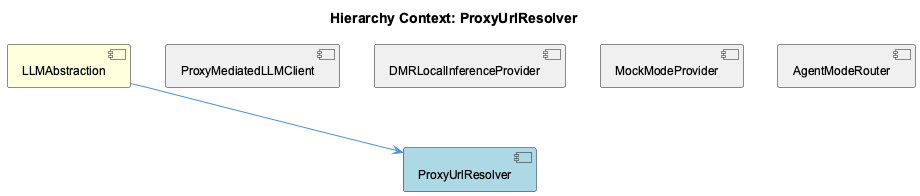
fwornle/coding keeps this PlantUML diagram as knowledge-management/insights/images/proxy-url-resolver-relationship.png. Above is the earlier version.
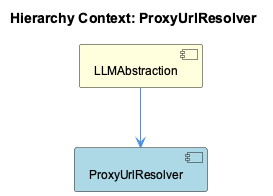
The same diagram one commit later.

The edit, as a diff of the source:
```diff
@@ -5,15 +5,7 @@
 
 [LLMAbstraction] as llmabstraction #FFFFDD
 [ProxyUrlResolver] as proxy_url_resolver #LightBlue
-[ProxyMediatedLLMClient] as proxy_mediated_llmclient #F0F0F0
-[DMRLocalInferenceProvider] as dmrlocal_inference_provider #F0F0F0
-[MockModeProvider] as mock_mode_provider #F0F0F0
-[AgentModeRouter] as agent_mode_router #F0F0F0
 
 llmabstraction --> proxy_url_resolver
-proxy_mediated_llmclient -[hidden]- proxy_url_resolver
-dmrlocal_inference_provider -[hidden]- proxy_url_resolver
-mock_mode_provider -[hidden]- proxy_url_resolver
-agent_mode_router -[hidden]- proxy_url_resolver
 
 @enduml
```
